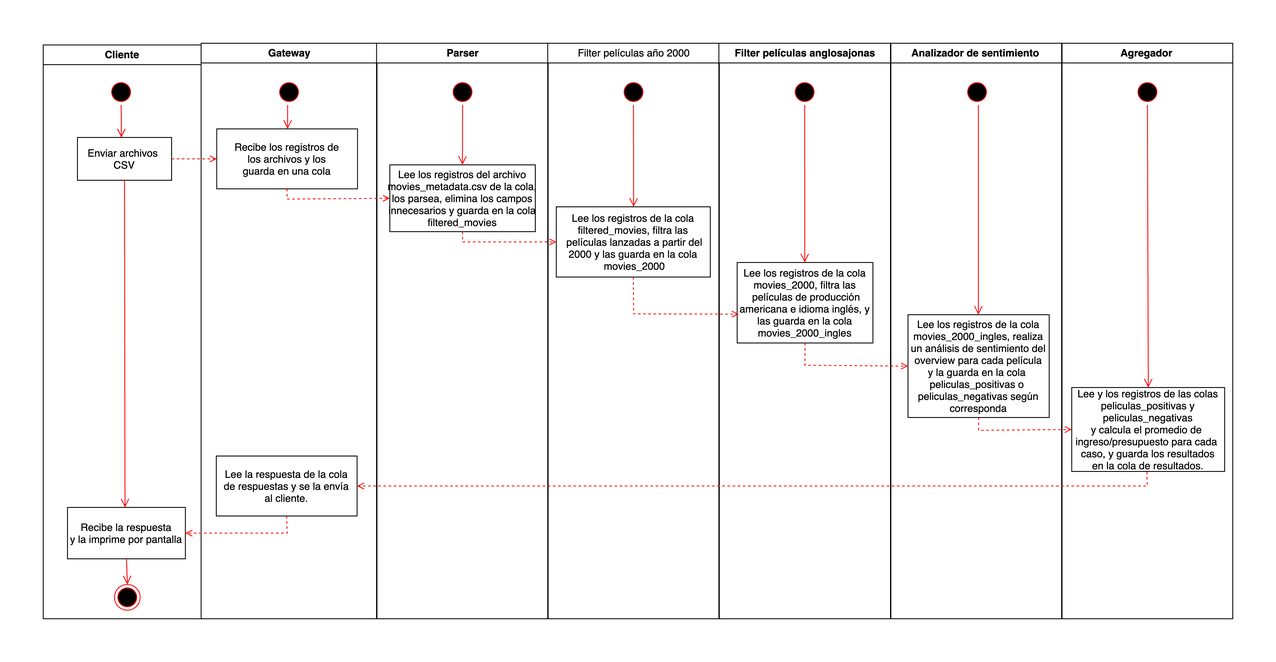
Earlier version of the draw.io export img/vista_procesos/actividad_5.png (ricomateo/tp-disenio-distribuidos). Source tidied: cells renumbered, new cells last; positions are measured from the earlier drawing's top-left corner, leaving out a move shared by most shapes.
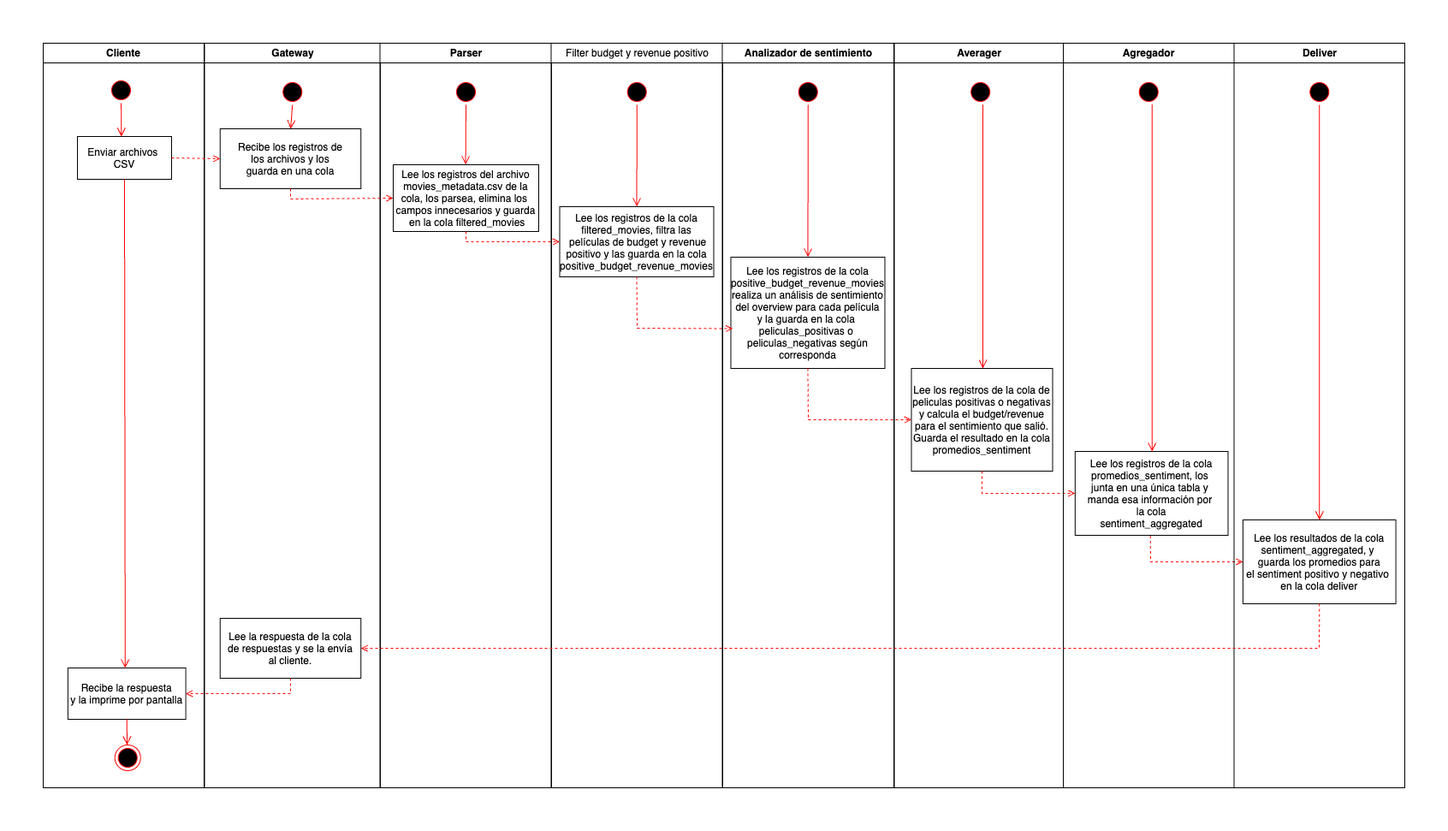
Above is the later version.

Commit message:
Actualizo diagramas de actividad

Diff of the diagram source:
```diff
@@ -5,3 +5,3 @@
     <mxCell id="2" value="Cliente" style="swimlane;whiteSpace=wrap;" parent="1" vertex="1">
-      <mxGeometry y="2" width="184.5" height="670" as="geometry" />
+      <mxGeometry x="9" y="940" width="188" height="870" as="geometry" />
     </mxCell>
@@ -14,70 +14,75 @@
     <mxCell id="5" value="Enviar archivos &#10;CSV" parent="2" vertex="1">
-      <mxGeometry x="40" y="108" width="110" height="50" as="geometry" />
+      <mxGeometry x="40" y="109" width="110" height="50" as="geometry" />
     </mxCell>
-    <mxCell id="6" value="Recibe la respuesta&#10;y la imprime por pantalla" parent="2" vertex="1">
-      <mxGeometry x="28.4" y="540" width="137.8" height="60" as="geometry" />
+    <mxCell id="6" value="Gateway" style="swimlane;whiteSpace=wrap;" parent="1" vertex="1">
+      <mxGeometry x="197.5" y="940" width="205.5" height="870" as="geometry" />
     </mxCell>
-    <mxCell id="7" style="ellipse;html=1;shape=endState;fillColor=#000000;strokeColor=#ff0000;" parent="2" vertex="1">
-      <mxGeometry x="83.2" y="630" width="30" height="30" as="geometry" />
+    <mxCell id="7" style="ellipse;shape=startState;fillColor=#000000;strokeColor=#ff0000;" parent="6" vertex="1">
+      <mxGeometry x="87.8" y="42" width="30" height="30" as="geometry" />
     </mxCell>
-    <mxCell id="8" style="edgeStyle=elbowEdgeStyle;elbow=horizontal;verticalAlign=bottom;endArrow=open;endSize=8;strokeColor=#FF0000;endFill=1;rounded=0;entryX=0.5;entryY=0;entryDx=0;entryDy=0;exitX=0.5;exitY=1;exitDx=0;exitDy=0;" parent="2" edge="1" source="6" target="7">
-      <mxGeometry x="-130" y="-90" as="geometry" />
+    <mxCell id="8" style="edgeStyle=elbowEdgeStyle;elbow=horizontal;verticalAlign=bottom;endArrow=open;endSize=8;strokeColor=#FF0000;endFill=1;rounded=0;entryX=0.5;entryY=0;entryDx=0;entryDy=0;" parent="6" edge="1" source="7" target="9">
+      <mxGeometry x="40" y="20" as="geometry" />
     </mxCell>
-    <mxCell id="9" style="edgeStyle=elbowEdgeStyle;elbow=horizontal;verticalAlign=bottom;endArrow=open;endSize=8;strokeColor=#FF0000;endFill=1;rounded=0;exitX=0.5;exitY=1;exitDx=0;exitDy=0;" parent="2" edge="1" source="5" target="6">
-      <mxGeometry x="-160" y="-90" as="geometry" />
+    <mxCell id="9" value="Recibe los registros de&#10;los archivos y los&#10;guarda en una cola" parent="6" vertex="1">
+      <mxGeometry x="18.2" y="100" width="164.5" height="70" as="geometry" />
     </mxCell>
-    <mxCell id="10" value="Gateway" style="swimlane;whiteSpace=wrap;" parent="1" vertex="1">
-      <mxGeometry x="184.5" width="205.5" height="672" as="geometry" />
+    <mxCell id="10" value="Parser" style="swimlane;whiteSpace=wrap;" parent="1" vertex="1">
+      <mxGeometry x="402.5" y="940" width="200.5" height="870" as="geometry" />
     </mxCell>
     <mxCell id="11" style="ellipse;shape=startState;fillColor=#000000;strokeColor=#ff0000;" parent="10" vertex="1">
-      <mxGeometry x="87.8" y="42" width="30" height="30" as="geometry" />
+      <mxGeometry x="85.5" y="42" width="30" height="30" as="geometry" />
     </mxCell>
     <mxCell id="12" style="edgeStyle=elbowEdgeStyle;elbow=horizontal;verticalAlign=bottom;endArrow=open;endSize=8;strokeColor=#FF0000;endFill=1;rounded=0;entryX=0.5;entryY=0;entryDx=0;entryDy=0;" parent="10" edge="1" source="11" target="13">
-      <mxGeometry x="40" y="20" as="geometry" />
+      <mxGeometry x="-684.5" y="-108" as="geometry" />
     </mxCell>
-    <mxCell id="13" value="Recibe los registros de&#10;los archivos y los&#10;guarda en una cola" parent="10" vertex="1">
-      <mxGeometry x="18.2" y="100" width="164.5" height="70" as="geometry" />
+    <mxCell id="13" value="Lee los registros del archivo&#10; movies_metadata.csv de la &#10;cola, los parsea, elimina los &#10;campos innecesarios y guarda&#10; en la cola filtered_movies" parent="10" vertex="1">
+      <mxGeometry x="15.5" y="142" width="170" height="78" as="geometry" />
     </mxCell>
-    <mxCell id="14" value="Lee la respuesta de la cola&#10;de respuestas y se la envía&#10;al cliente." parent="10" vertex="1">
-      <mxGeometry x="17.8" y="482" width="164.5" height="70" as="geometry" />
+    <mxCell id="14" style="endArrow=open;strokeColor=#FF0000;endFill=1;rounded=0;exitX=1;exitY=0.5;exitDx=0;exitDy=0;entryX=0;entryY=0.5;entryDx=0;entryDy=0;dashed=1;" parent="1" edge="1" source="5" target="9">
+      <mxGeometry relative="1" as="geometry" />
     </mxCell>
-    <mxCell id="15" value="Parser" style="swimlane;whiteSpace=wrap;" parent="1" vertex="1">
-      <mxGeometry x="389.5" width="200.5" height="672" as="geometry" />
+    <mxCell id="15" style="endArrow=open;strokeColor=#FF0000;endFill=1;rounded=0;exitX=0.5;exitY=1;exitDx=0;exitDy=0;entryX=0;entryY=0.5;entryDx=0;entryDy=0;dashed=1;" parent="1" edge="1" source="9" target="13">
+      <mxGeometry relative="1" as="geometry">
+        <Array as="points">
+          <mxPoint x="298" y="1122" />
+        </Array>
+      </mxGeometry>
     </mxCell>
-    <mxCell id="16" style="ellipse;shape=startState;fillColor=#000000;strokeColor=#ff0000;" parent="15" vertex="1">
-      <mxGeometry x="85.5" y="42" width="30" height="30" as="geometry" />
+    <mxCell id="16" value="Filter budget y revenue positivo" style="swimlane;whiteSpace=wrap;fontStyle=0;" parent="1" vertex="1">
+      <mxGeometry x="602.5" y="940" width="200.5" height="870" as="geometry" />
     </mxCell>
-    <mxCell id="17" style="edgeStyle=elbowEdgeStyle;elbow=horizontal;verticalAlign=bottom;endArrow=open;endSize=8;strokeColor=#FF0000;endFill=1;rounded=0;entryX=0.5;entryY=0;entryDx=0;entryDy=0;" parent="15" edge="1" source="16" target="18">
-      <mxGeometry x="-684.5" y="-108" as="geometry" />
+    <mxCell id="17" style="ellipse;shape=startState;fillColor=#000000;strokeColor=#ff0000;" parent="16" vertex="1">
+      <mxGeometry x="85.2" y="42" width="30" height="30" as="geometry" />
     </mxCell>
-    <mxCell id="18" value="Lee los registros del archivo&#10; movies_metadata.csv de la cola, &#10;los parsea, elimina los campos&#10;innecesarios y guarda en la cola&#10;filtered_movies" parent="15" vertex="1">
-      <mxGeometry x="15.5" y="142" width="170" height="78" as="geometry" />
+    <mxCell id="18" style="edgeStyle=elbowEdgeStyle;elbow=horizontal;verticalAlign=bottom;endArrow=open;endSize=8;strokeColor=#FF0000;endFill=1;rounded=0;entryX=0.5;entryY=0;entryDx=0;entryDy=0;" parent="16" edge="1" source="17" target="19">
+      <mxGeometry x="-684.5" y="-108" as="geometry" />
     </mxCell>
-    <mxCell id="19" style="endArrow=open;strokeColor=#FF0000;endFill=1;rounded=0;exitX=1;exitY=0.5;exitDx=0;exitDy=0;entryX=0;entryY=0.5;entryDx=0;entryDy=0;dashed=1;" parent="1" edge="1" source="5" target="13">
-      <mxGeometry relative="1" as="geometry" />
+    <mxCell id="19" value="Lee los registros de la cola&#10;filtered_movies, filtra las&#10; películas de budget y revenue&#10;positivo y las guarda en la cola&#10;positive_budget_revenue_movies" parent="16" vertex="1">
+      <mxGeometry x="10" y="191" width="180" height="82" as="geometry" />
     </mxCell>
-    <mxCell id="20" style="endArrow=open;strokeColor=#FF0000;endFill=1;rounded=0;exitX=0.5;exitY=1;exitDx=0;exitDy=0;entryX=0;entryY=0.5;entryDx=0;entryDy=0;dashed=1;" parent="1" edge="1" source="13" target="18">
-      <mxGeometry relative="1" as="geometry">
-        <Array as="points">
-          <mxPoint x="285" y="182" />
-        </Array>
-      </mxGeometry>
+    <mxCell id="20" value="Analizador de sentimiento" style="swimlane;whiteSpace=wrap;" parent="1" vertex="1">
+      <mxGeometry x="802.5" y="940" width="200.5" height="870" as="geometry" />
     </mxCell>
-    <mxCell id="21" value="Filter películas año 2000" style="swimlane;whiteSpace=wrap;fontStyle=0;" parent="1" vertex="1">
-      <mxGeometry x="589.5" width="200.5" height="672" as="geometry" />
+    <mxCell id="21" style="ellipse;shape=startState;fillColor=#000000;strokeColor=#ff0000;" parent="20" vertex="1">
+      <mxGeometry x="85.2" y="42" width="30" height="30" as="geometry" />
     </mxCell>
-    <mxCell id="22" style="ellipse;shape=startState;fillColor=#000000;strokeColor=#ff0000;" parent="21" vertex="1">
-      <mxGeometry x="85.2" y="42" width="30" height="30" as="geometry" />
+    <mxCell id="22" style="edgeStyle=elbowEdgeStyle;elbow=horizontal;verticalAlign=bottom;endArrow=open;endSize=8;strokeColor=#FF0000;endFill=1;rounded=0;entryX=0.5;entryY=0;entryDx=0;entryDy=0;" parent="20" edge="1" source="21" target="23">
+      <mxGeometry x="-684.5" y="-108" as="geometry" />
     </mxCell>
-    <mxCell id="23" style="edgeStyle=elbowEdgeStyle;elbow=horizontal;verticalAlign=bottom;endArrow=open;endSize=8;strokeColor=#FF0000;endFill=1;rounded=0;entryX=0.5;entryY=0;entryDx=0;entryDy=0;" parent="21" edge="1" source="22" target="24">
-      <mxGeometry x="-684.5" y="-108" as="geometry" />
+    <mxCell id="23" value="Lee los registros de la cola&#10;positive_budget_revenue_movies&#10;realiza un análisis de sentimiento&#10;del overview para cada película&#10;y la guarda en la cola &#10;peliculas_positivas o &#10;peliculas_negativas según&#10;corresponda" parent="20" vertex="1">
+      <mxGeometry x="10" y="250" width="180" height="130" as="geometry" />
     </mxCell>
-    <mxCell id="24" value="Lee los registros de la cola&#10;filtered_movies, filtra las&#10; películas lanzadas a partir del&#10;2000 y las guarda en la cola&#10; movies_2000" parent="21" vertex="1">
-      <mxGeometry x="10" y="191" width="180" height="82" as="geometry" />
+    <mxCell id="24" style="endArrow=open;strokeColor=#FF0000;endFill=1;rounded=0;exitX=0.5;exitY=1;exitDx=0;exitDy=0;entryX=0;entryY=0.5;entryDx=0;entryDy=0;dashed=1;" parent="1" edge="1" source="13" target="19">
+      <mxGeometry relative="1" as="geometry">
+        <Array as="points">
+          <mxPoint x="503" y="1172" />
+          <mxPoint x="608" y="1172" />
+        </Array>
+      </mxGeometry>
     </mxCell>
-    <mxCell id="25" value="Filter películas anglosajonas" style="swimlane;whiteSpace=wrap;" parent="1" vertex="1">
-      <mxGeometry x="789.5" width="200.5" height="672" as="geometry" />
+    <mxCell id="25" value="Averager" style="swimlane;whiteSpace=wrap;" parent="1" vertex="1">
+      <mxGeometry x="1003.5" y="940" width="197.5" height="870" as="geometry" />
     </mxCell>
     <mxCell id="26" style="ellipse;shape=startState;fillColor=#000000;strokeColor=#ff0000;" parent="25" vertex="1">
-      <mxGeometry x="85.2" y="42" width="30" height="30" as="geometry" />
+      <mxGeometry x="85.7" y="42" width="30" height="30" as="geometry" />
     </mxCell>
@@ -86,62 +91,61 @@
     </mxCell>
-    <mxCell id="28" value="Lee los registros de la cola&#10;movies_2000, filtra las&#10; películas de producción&#10;americana e idioma inglés, y&#10; las guarda en la cola &#10;movies_2000_ingles" parent="25" vertex="1">
-      <mxGeometry x="21.4" y="256" width="158.6" height="94" as="geometry" />
+    <mxCell id="28" value="Lee los registros de la cola de&#10;peliculas positivas o negativas&#10;y calcula el budget/revenue&#10;para el sentimiento que salió.&#10;Guarda el resultado en la cola&#10;promedios_sentiment" parent="25" vertex="1">
+      <mxGeometry x="20" y="380" width="165" height="120" as="geometry" />
     </mxCell>
-    <mxCell id="29" style="endArrow=open;strokeColor=#FF0000;endFill=1;rounded=0;exitX=0.5;exitY=1;exitDx=0;exitDy=0;entryX=0;entryY=0.5;entryDx=0;entryDy=0;dashed=1;" parent="1" edge="1" source="18" target="24">
-      <mxGeometry relative="1" as="geometry">
-        <Array as="points">
-          <mxPoint x="490" y="232" />
-          <mxPoint x="595" y="232" />
-        </Array>
-      </mxGeometry>
+    <mxCell id="29" value="Lee los registros de la cola&#10;promedios_sentiment, los &#10;junta en una única tabla y &#10;manda esa información por &#10;la cola&#10;sentiment_aggregated" parent="25" vertex="1">
+      <mxGeometry x="211.3" y="477" width="178.7" height="98" as="geometry" />
     </mxCell>
-    <mxCell id="30" value="Analizador de sentimiento" style="swimlane;whiteSpace=wrap;" parent="1" vertex="1">
-      <mxGeometry x="990.5" width="199.5" height="672" as="geometry" />
+    <mxCell id="30" style="endArrow=open;strokeColor=#FF0000;endFill=1;rounded=0;exitX=0.5;exitY=1;exitDx=0;exitDy=0;entryX=0;entryY=0.5;entryDx=0;entryDy=0;dashed=1;" parent="25" edge="1" source="28" target="29">
+      <mxGeometry relative="1" as="geometry">
+        <Array as="points">
+          <mxPoint x="102.5" y="526" />
+        </Array>
+      </mxGeometry>
     </mxCell>
-    <mxCell id="31" style="ellipse;shape=startState;fillColor=#000000;strokeColor=#ff0000;" parent="30" vertex="1">
-      <mxGeometry x="85.7" y="42" width="30" height="30" as="geometry" />
+    <mxCell id="31" value="Agregador" style="swimlane;whiteSpace=wrap;" parent="1" vertex="1">
+      <mxGeometry x="1201" y="940" width="199.5" height="870" as="geometry" />
     </mxCell>
-    <mxCell id="32" style="edgeStyle=elbowEdgeStyle;elbow=horizontal;verticalAlign=bottom;endArrow=open;endSize=8;strokeColor=#FF0000;endFill=1;rounded=0;entryX=0.5;entryY=0;entryDx=0;entryDy=0;" parent="30" edge="1" source="31" target="33">
-      <mxGeometry x="-684.5" y="-108" as="geometry" />
+    <mxCell id="32" style="ellipse;shape=startState;fillColor=#000000;strokeColor=#ff0000;" parent="31" vertex="1">
+      <mxGeometry x="84.8" y="42" width="30" height="30" as="geometry" />
     </mxCell>
-    <mxCell id="33" value="Lee los registros de la cola&#10;movies_2000_ingles, realiza&#10;un análisis de sentimiento del&#10;overview para cada película&#10;y la guarda en la cola &#10;peliculas_positivas o &#10;peliculas_negativas según&#10;corresponda" parent="30" vertex="1">
-      <mxGeometry x="20" y="317" width="165" height="120" as="geometry" />
+    <mxCell id="33" style="endArrow=open;strokeColor=#FF0000;endFill=1;rounded=0;exitX=0.492;exitY=1.004;exitDx=0;exitDy=0;entryX=0;entryY=0.5;entryDx=0;entryDy=0;dashed=1;exitPerimeter=0;" parent="1" edge="1" source="29" target="39">
+      <mxGeometry relative="1" as="geometry">
+        <Array as="points">
+          <mxPoint x="1303" y="1546" />
+        </Array>
+      </mxGeometry>
     </mxCell>
-    <mxCell id="34" value="Agregador" style="swimlane;whiteSpace=wrap;" parent="1" vertex="1">
-      <mxGeometry x="1190.5" width="199.5" height="672" as="geometry" />
+    <mxCell id="34" style="endArrow=open;strokeColor=#FF0000;endFill=1;rounded=0;exitX=0.5;exitY=1;exitDx=0;exitDy=0;entryX=0.012;entryY=0.642;entryDx=0;entryDy=0;dashed=1;entryPerimeter=0;" parent="1" edge="1" source="19" target="23">
+      <mxGeometry relative="1" as="geometry">
+        <Array as="points">
+          <mxPoint x="703" y="1273" />
+        </Array>
+      </mxGeometry>
     </mxCell>
-    <mxCell id="35" style="ellipse;shape=startState;fillColor=#000000;strokeColor=#ff0000;" parent="34" vertex="1">
-      <mxGeometry x="84.8" y="42" width="30" height="30" as="geometry" />
+    <mxCell id="35" style="endArrow=open;strokeColor=#FF0000;endFill=1;rounded=0;exitX=0.5;exitY=1;exitDx=0;exitDy=0;entryX=0;entryY=0.5;entryDx=0;entryDy=0;dashed=1;" parent="1" edge="1" source="23" target="28">
+      <mxGeometry relative="1" as="geometry">
+        <Array as="points">
+          <mxPoint x="903" y="1380" />
+        </Array>
+      </mxGeometry>
     </mxCell>
-    <mxCell id="36" style="edgeStyle=elbowEdgeStyle;elbow=horizontal;verticalAlign=bottom;endArrow=open;endSize=8;strokeColor=#FF0000;endFill=1;rounded=0;entryX=0.5;entryY=0;entryDx=0;entryDy=0;" parent="34" edge="1" source="35" target="37">
-      <mxGeometry x="-684.5" y="-108" as="geometry" />
+    <mxCell id="36" style="edgeStyle=elbowEdgeStyle;elbow=horizontal;verticalAlign=bottom;endArrow=open;endSize=8;strokeColor=#FF0000;endFill=1;rounded=0;entryX=0.5;entryY=0;entryDx=0;entryDy=0;" parent="1" edge="1" source="32" target="29">
+      <mxGeometry x="788" y="4192" as="geometry" />
     </mxCell>
-    <mxCell id="37" value="Lee y los registros de las colas&#10;peliculas_positivas y &#10;peliculas_negativas&#10;y calcula el promedio de &#10;ingreso/presupuesto para cada &#10;caso, y guarda los resultados&#10;en la cola de resultados." parent="34" vertex="1">
-      <mxGeometry x="11.3" y="402" width="178.7" height="98" as="geometry" />
+    <mxCell id="37" value="Deliver" style="swimlane;whiteSpace=wrap;" parent="1" vertex="1">
+      <mxGeometry x="1400.5" y="940" width="199.5" height="870" as="geometry" />
     </mxCell>
-    <mxCell id="38" style="endArrow=open;strokeColor=#FF0000;endFill=1;rounded=0;exitX=0.492;exitY=1.004;exitDx=0;exitDy=0;entryX=1;entryY=0.5;entryDx=0;entryDy=0;dashed=1;exitPerimeter=0;" parent="1" edge="1" source="37" target="14">
-      <mxGeometry relative="1" as="geometry">
-        <Array as="points">
-          <mxPoint x="1290" y="517" />
-        </Array>
-      </mxGeometry>
+    <mxCell id="38" style="ellipse;shape=startState;fillColor=#000000;strokeColor=#ff0000;" parent="37" vertex="1">
+      <mxGeometry x="84.8" y="42" width="30" height="30" as="geometry" />
     </mxCell>
-    <mxCell id="39" style="endArrow=open;strokeColor=#FF0000;endFill=1;rounded=0;exitX=0.5;exitY=1;exitDx=0;exitDy=0;entryX=1;entryY=0.5;entryDx=0;entryDy=0;dashed=1;" parent="1" edge="1" source="14" target="6">
-      <mxGeometry relative="1" as="geometry">
-        <Array as="points">
-          <mxPoint x="285" y="572" />
-        </Array>
-      </mxGeometry>
+    <mxCell id="39" value="Lee los resultados de la cola&#10;sentiment_aggregated, y &#10;guarda los promedios para&#10;el sentiment positivo y negativo &#10;en la cola deliver" parent="37" vertex="1">
+      <mxGeometry x="10.4" y="557" width="178.7" height="98" as="geometry" />
     </mxCell>
-    <mxCell id="40" style="endArrow=open;strokeColor=#FF0000;endFill=1;rounded=0;exitX=0.5;exitY=1;exitDx=0;exitDy=0;entryX=0;entryY=0.5;entryDx=0;entryDy=0;dashed=1;" parent="1" edge="1" source="33" target="37">
-      <mxGeometry relative="1" as="geometry">
-        <Array as="points">
-          <mxPoint x="1093" y="452" />
-        </Array>
-      </mxGeometry>
+    <mxCell id="40" style="edgeStyle=elbowEdgeStyle;elbow=horizontal;verticalAlign=bottom;endArrow=open;endSize=8;strokeColor=#FF0000;endFill=1;rounded=0;entryX=0.5;entryY=0;entryDx=0;entryDy=0;" parent="37" edge="1" source="38" target="39">
+      <mxGeometry x="-881.5" y="-108" as="geometry" />
     </mxCell>
-    <mxCell id="41" style="endArrow=open;strokeColor=#FF0000;endFill=1;rounded=0;exitX=0.5;exitY=1;exitDx=0;exitDy=0;entryX=0.012;entryY=0.642;entryDx=0;entryDy=0;dashed=1;entryPerimeter=0;" parent="1" edge="1" source="24" target="28">
+    <mxCell id="41" style="endArrow=open;strokeColor=#FF0000;endFill=1;rounded=0;exitX=0.5;exitY=1;exitDx=0;exitDy=0;dashed=1;entryX=1;entryY=0.5;entryDx=0;entryDy=0;" parent="1" edge="1" source="39" target="45">
       <mxGeometry relative="1" as="geometry">
         <Array as="points">
-          <mxPoint x="690" y="316" />
+          <mxPoint x="1500" y="1647" />
         </Array>
@@ -149,9 +153,24 @@
     </mxCell>
-    <mxCell id="42" style="endArrow=open;strokeColor=#FF0000;endFill=1;rounded=0;exitX=0.5;exitY=1;exitDx=0;exitDy=0;entryX=0;entryY=0.5;entryDx=0;entryDy=0;dashed=1;" parent="1" edge="1" source="28" target="33">
-      <mxGeometry relative="1" as="geometry">
-        <Array as="points">
-          <mxPoint x="890" y="376" />
-        </Array>
-      </mxGeometry>
+    <mxCell id="42" value="Recibe la respuesta&#10;y la imprime por pantalla" parent="1" vertex="1">
+      <mxGeometry x="37.9" y="1670" width="137.8" height="60" as="geometry" />
     </mxCell>
+    <mxCell id="43" style="ellipse;html=1;shape=endState;fillColor=#000000;strokeColor=#ff0000;" parent="1" vertex="1">
+      <mxGeometry x="92.8" y="1760" width="30" height="30" as="geometry" />
+    </mxCell>
+    <mxCell id="44" style="edgeStyle=elbowEdgeStyle;elbow=horizontal;verticalAlign=bottom;endArrow=open;endSize=8;strokeColor=#FF0000;endFill=1;rounded=0;entryX=0.5;entryY=0;entryDx=0;entryDy=0;exitX=0.5;exitY=1;exitDx=0;exitDy=0;" parent="1" edge="1" source="42" target="43">
+      <mxGeometry x="148" y="4210" as="geometry" />
+    </mxCell>
+    <mxCell id="45" value="Lee la respuesta de la cola&#10;de respuestas y se la envía&#10;al cliente." parent="1" vertex="1">
+      <mxGeometry x="215.8" y="1612" width="164.5" height="70" as="geometry" />
+    </mxCell>
+    <mxCell id="46" style="edgeStyle=elbowEdgeStyle;elbow=horizontal;verticalAlign=bottom;endArrow=open;endSize=8;strokeColor=#FF0000;endFill=1;rounded=0;exitX=0.5;exitY=1;exitDx=0;exitDy=0;" parent="1" edge="1" source="5" target="42">
+      <mxGeometry x="118" y="4210" as="geometry" />
+    </mxCell>
+    <mxCell id="47" style="endArrow=open;strokeColor=#FF0000;endFill=1;rounded=0;exitX=0.5;exitY=1;exitDx=0;exitDy=0;entryX=1;entryY=0.5;entryDx=0;entryDy=0;dashed=1;" parent="1" edge="1" source="45" target="42">
+      <mxGeometry relative="1" as="geometry">
+        <Array as="points">
+          <mxPoint x="298" y="1700" />
+        </Array>
+      </mxGeometry>
+    </mxCell>
   </root>
```
